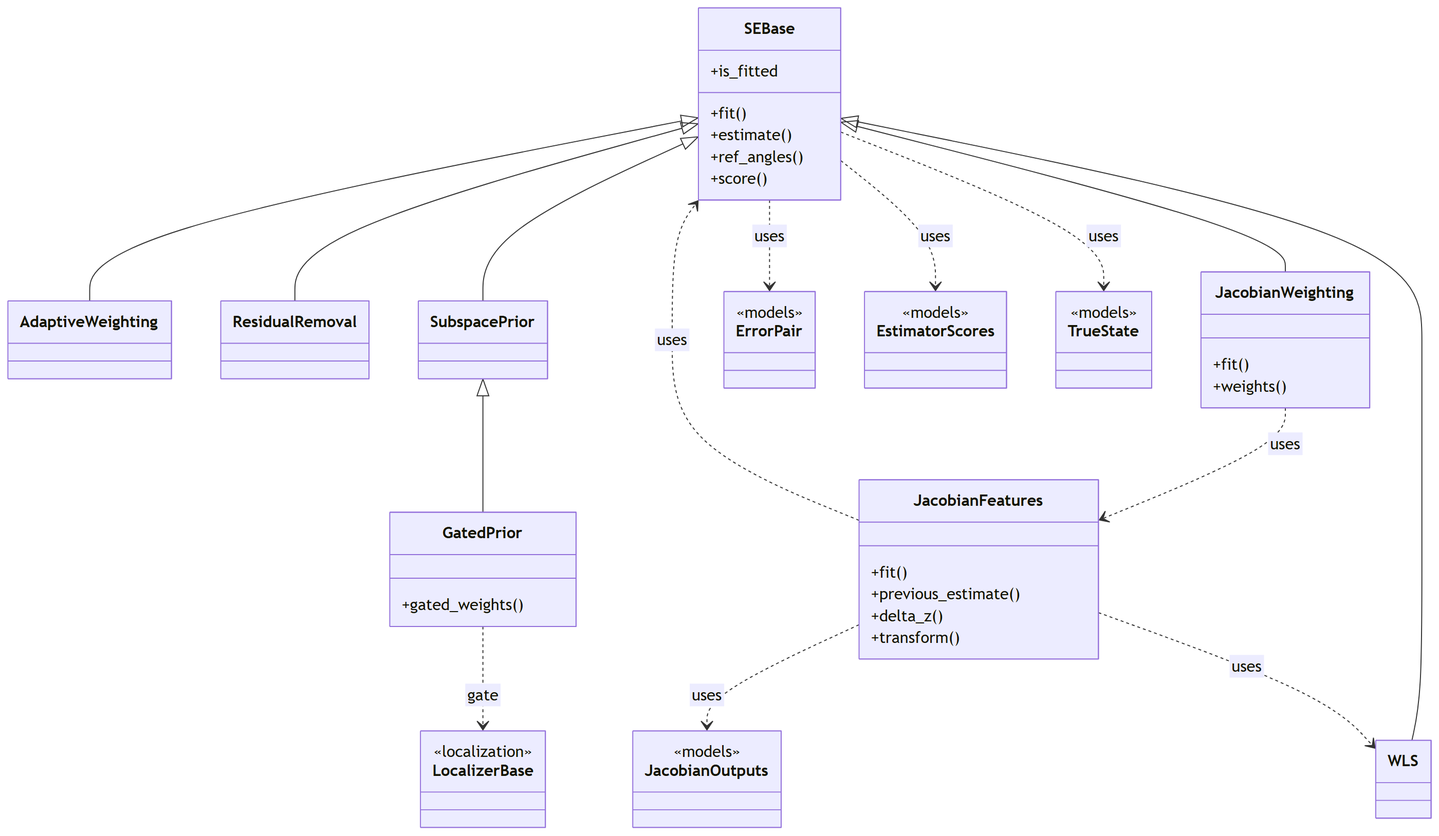
The Mermaid diagram docs/figures/diagrams/classes_estimation.png in myersben9/fdia-graph, before a commit. Its source is kept beside it as docs/figures/diagrams/classes_estimation.mmd.
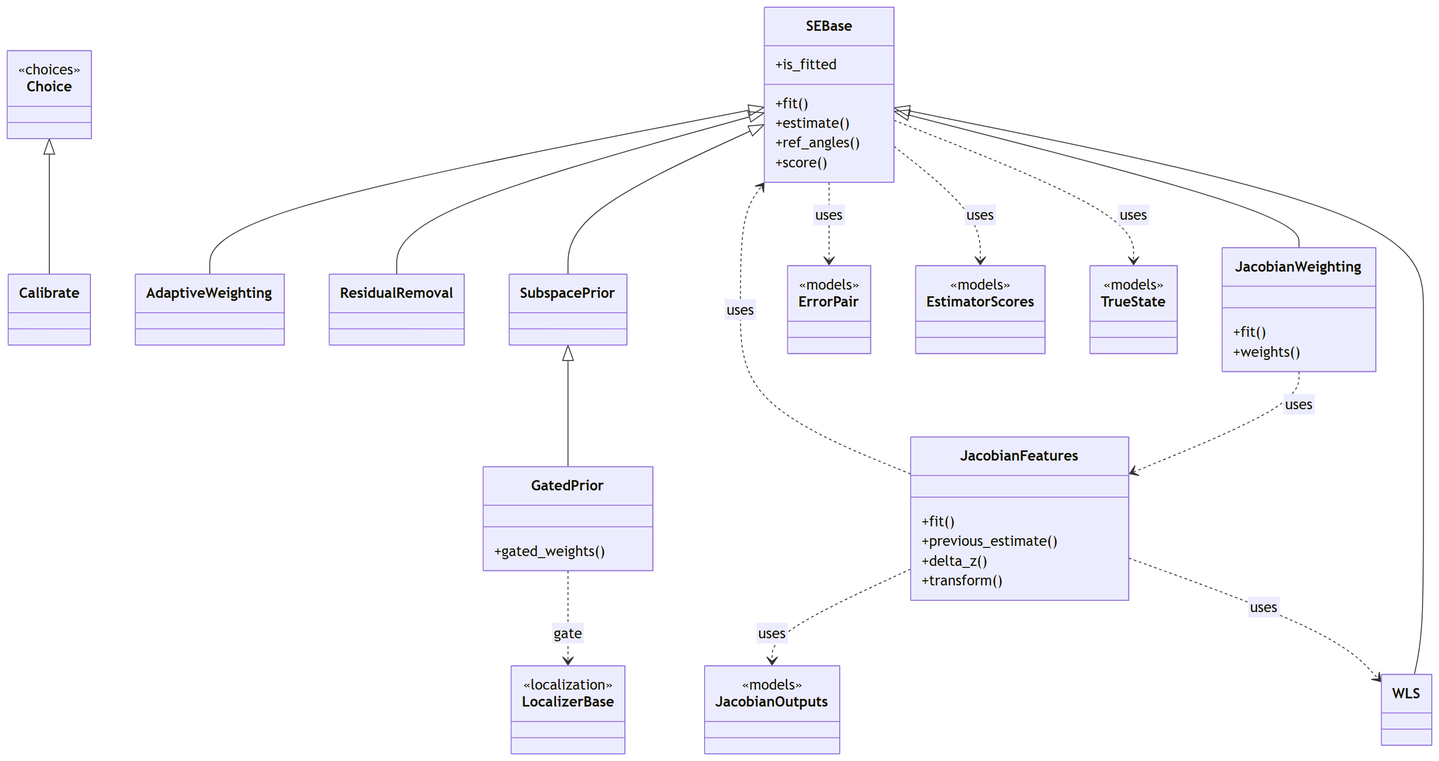
After the change.

Change to the diagram source:
```diff
@@ -1,4 +1,6 @@
 classDiagram
+    class Calibrate {
+    }
     class SEBase {
         +fit()
         +is_fitted
@@ -27,6 +29,9 @@
         +delta_z()
         +transform()
     }
+    class Choice {
+        <<choices>>
+    }
     class ErrorPair {
         <<models>>
     }
@@ -42,6 +47,7 @@
     class TrueState {
         <<models>>
     }
+    Choice <|-- Calibrate
     SEBase <|-- AdaptiveWeighting
     SEBase <|-- JacobianWeighting
     SEBase <|-- ResidualRemoval
```
